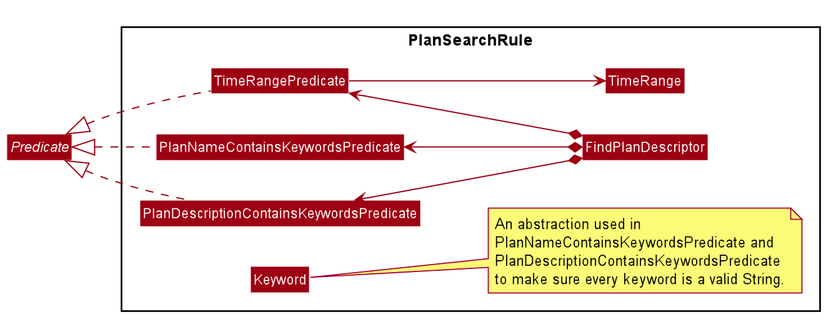
Above: docs/images/design/model/PlanSearchRulePackageDiagram.png in nus-cs2103-AY1920S1/addressbook-level3 (PlantUML), before the change. The source it was exported from:
```plantuml
@startuml








skinparam BackgroundColor #FFFFFFF

skinparam Shadowing false

skinparam Class {
    FontColor #FFFFFF
    BorderThickness 1
    BorderColor #FFFFFF
    StereotypeFontColor #FFFFFF
    FontName Arial
}

skinparam Actor {
    BorderColor #000000
    Color #000000
    FontName Arial
}

skinparam Sequence {
    MessageAlign center
    BoxFontSize 15
    BoxPadding 0
    BoxFontColor #FFFFFF
    FontName Arial
}

skinparam Participant {
    FontColor #FFFFFFF
    Padding 20
}

skinparam MinClassWidth 50
skinparam ParticipantPadding 10
skinparam Shadowing false
skinparam DefaultTextAlignment center
skinparam packageStyle Rectangle

hide footbox
hide members
hide circle
skinparam arrowThickness 1.1
skinparam arrowColor #9D0012
skinparam classBackgroundColor #9D0012
left to right direction

interface Predicate {
	+ boolean test(Plan plan)
	+ boolean equals(Object other)
}

package PlanSearchRule {

    class FindPlanDescriptor
    class PlanNameContainsKeywordsPredicate
    class PlanDescriptionContainsKeywordsPredicate
    class TimeRangePredicate

    class TimeRange
    class Keyword

    note right of Keyword
    An abstraction used in
    PlanNameContainsKeywordsPredicate and
    PlanDescriptionContainsKeywordsPredicate
    to make sure every keyword is a valid String.
    end note
}

Predicate <|.. PlanNameContainsKeywordsPredicate
Predicate <|.. PlanDescriptionContainsKeywordsPredicate
Predicate <|.. TimeRangePredicate

PlanNameContainsKeywordsPredicate <--* FindPlanDescriptor
PlanDescriptionContainsKeywordsPredicate <--* FindPlanDescriptor
TimeRangePredicate <--* FindPlanDescriptor

TimeRange <-down- TimeRangePredicate

@enduml
```
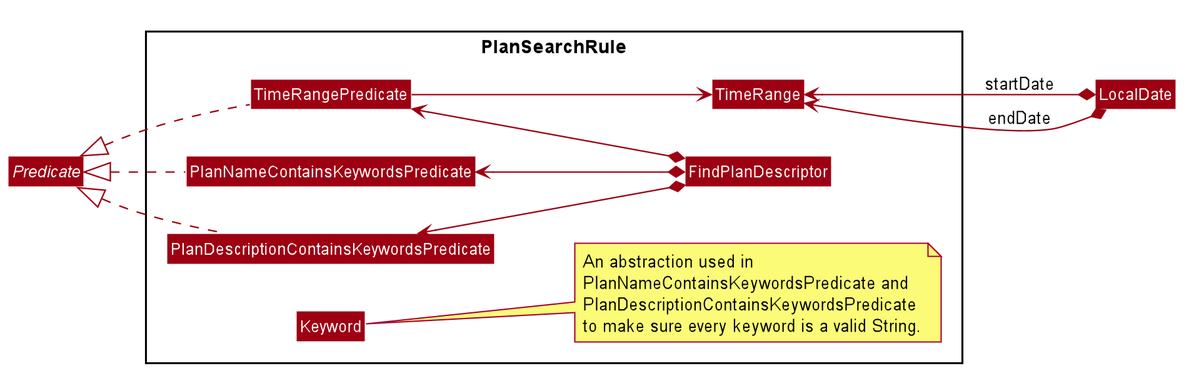
After the change.

Diff of the diagram source:
```diff
@@ -1,4 +1,5 @@
 @startuml
+
 
 
 
@@ -82,6 +83,9 @@
 PlanNameContainsKeywordsPredicate <--* FindPlanDescriptor
 PlanDescriptionContainsKeywordsPredicate <--* FindPlanDescriptor
 TimeRangePredicate <--* FindPlanDescriptor
+TimeRange <--* LocalDate : startDate
+TimeRange <--* LocalDate : endDate
+
 
 TimeRange <-down- TimeRangePredicate
 
```
